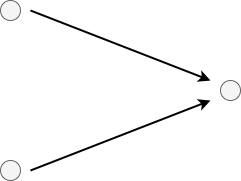
The draw.io diagram specification/src/assets/diagrams/EdgeJoin.png in epi-project/brane-documentation, before a commit. Source tidied: cells renumbered, new cells last; positions are measured from the earlier drawing's top-left corner, leaving out a move shared by most shapes.
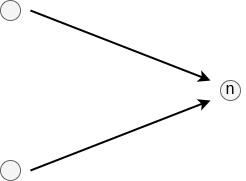
The same file after the commit.

Diff of the diagram source:
```diff
@@ -23,5 +23,8 @@
     <mxCell id="6" style="ellipse;whiteSpace=wrap;html=1;fillColor=#f5f5f5;fontColor=#333333;strokeColor=#666666;" parent="1" vertex="1">
       <mxGeometry y="160" width="20" height="20" as="geometry" />
     </mxCell>
+    <mxCell id="7" value="&lt;font face=&quot;Courier New&quot; style=&quot;font-size: 16px;&quot;&gt;n&lt;/font&gt;" style="text;html=1;strokeColor=none;fillColor=none;align=center;verticalAlign=middle;whiteSpace=wrap;rounded=0;" parent="1" vertex="1">
+      <mxGeometry x="215" y="75" width="30" height="30" as="geometry" />
+    </mxCell>
   </root>
 </mxGraphModel>
```
